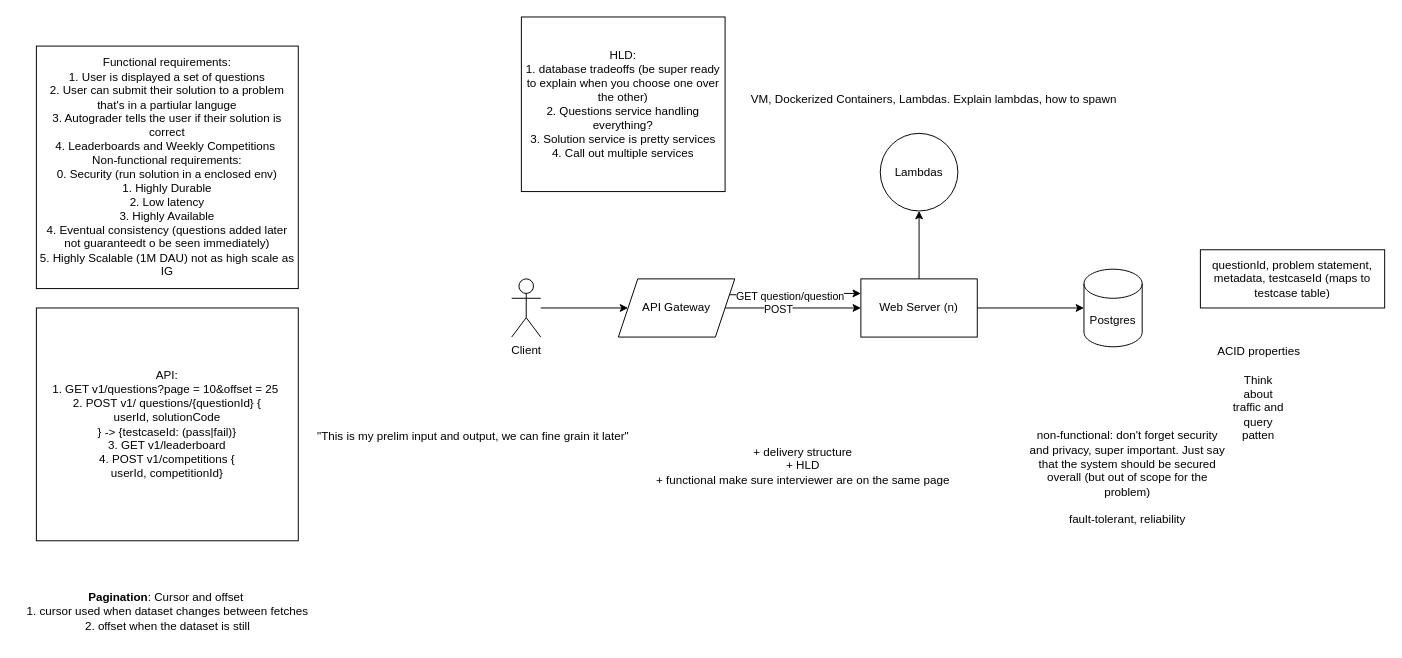
Earlier version of the draw.io diagram Untitled Diagram.drawio (kal038/system-design-learn). Source tidied: cells renumbered, new cells numbered last; positions are measured from the earlier drawing's top-left corner, leaving out a move shared by most shapes. Both pictures are drawn from the tidied source at 97%, with x=0, y=0 at pixel (16, 16).
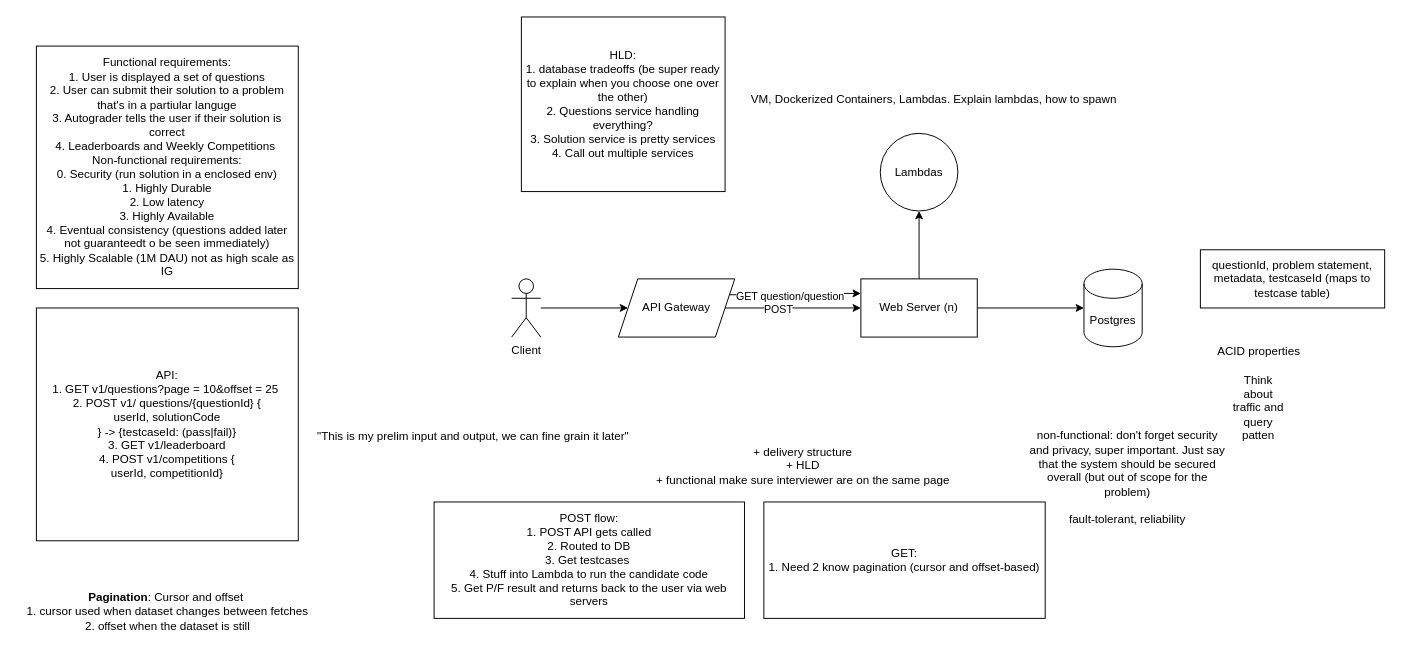
The same page after the edit.

Diff of the diagram source:
```diff
@@
+    <mxCell id="25" value="POST flow:&lt;div&gt;1. POST API gets called&lt;/div&gt;&lt;div&gt;2. Routed to DB&lt;/div&gt;&lt;div&gt;3. Get testcases&amp;nbsp;&lt;/div&gt;&lt;div&gt;4. Stuff into Lambda to run the candidate code&lt;/div&gt;&lt;div&gt;5. Get P/F result and returns back to the user via web servers&lt;/div&gt;" style="rounded=0;whiteSpace=wrap;html=1;" parent="1" vertex="1">
+      <mxGeometry x="430" y="500" width="320" height="120" as="geometry" />
+    </mxCell>
+    <mxCell id="26" value="GET:&lt;br&gt;1. Need 2 know pagination (cursor and offset-based)" style="rounded=0;whiteSpace=wrap;html=1;" parent="1" vertex="1">
+      <mxGeometry x="770" y="500" width="290" height="120" as="geometry" />
+    </mxCell>
```
